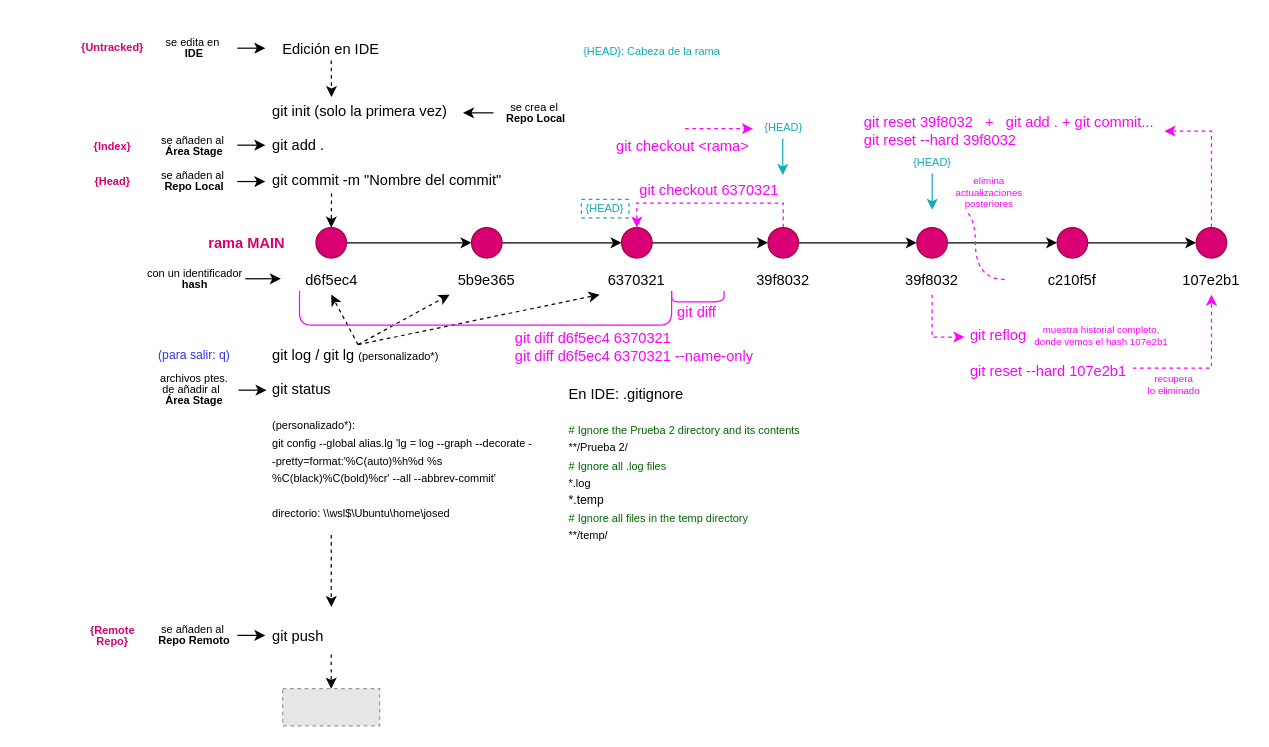
Before: Git/Git.drawio in JoseDiazRguez/FORMACION, a draw.io diagram. Source tidied: cells renumbered, new cells numbered last; positions are measured from the earlier drawing's top-left corner, leaving out a move shared by most shapes. Both pictures are drawn from the tidied source at 122%, with x=0, y=0 at pixel (78, 35). Pictures stored in the file or linked from it are replaced by grey dashed boxes.
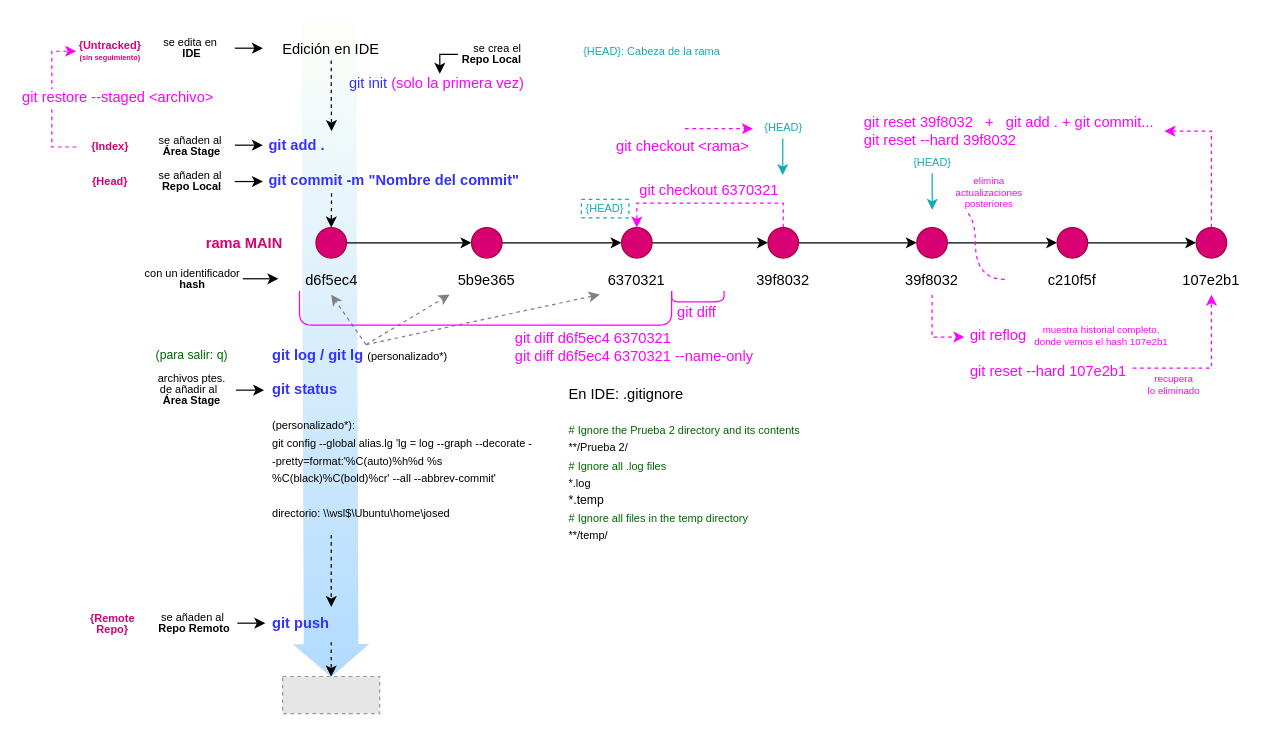
After the change.

The change refers to these unchanged cells:
```xml
<mxCell id="8" value="&lt;span&gt;d6f5ec4&lt;/span&gt;" style="rounded=0;whiteSpace=wrap;html=1;strokeColor=none;fillColor=none;fontStyle=0;" parent="1" vertex="1">
  <mxGeometry x="176.5" y="189" width="61" height="23" as="geometry" />
</mxCell>
<mxCell id="11" value="5b9e365" style="rounded=0;whiteSpace=wrap;html=1;strokeColor=none;fillColor=none;fontStyle=0;" parent="1" vertex="1">
  <mxGeometry x="304" y="189" width="61" height="23" as="geometry" />
</mxCell>
<mxCell id="15" value="6370321" style="rounded=0;whiteSpace=wrap;html=1;strokeColor=none;fillColor=none;fontStyle=0;" parent="1" vertex="1">
  <mxGeometry x="427" y="189" width="61" height="23" as="geometry" />
</mxCell>
```

Diff of the diagram source:
```diff
@@
+    <mxCell id="78" style="shape=flexArrow;endArrow=classic;html=1;rounded=0;endWidth=16.67063020214031;endSize=8.648275862068965;width=44.827586206896555;fillColor=#FDFFF8;gradientColor=#A9D7FF;strokeColor=none;strokeOpacity=100;fillOpacity=90;" parent="1" edge="1">
+      <mxGeometry relative="1" as="geometry">
+        <mxPoint x="205" y="-13" as="sourcePoint" />
+        <mxPoint x="207" y="526" as="targetPoint" />
+      </mxGeometry>
+    </mxCell>
@@
-    <mxCell id="5" value="&lt;div&gt;git init (solo la primera vez)&lt;/div&gt;&lt;div&gt;&lt;br&gt;&lt;/div&gt;&lt;div&gt;&lt;span style=&quot;background-color: transparent; color: light-dark(rgb(0, 0, 0), rgb(255, 255, 255));&quot;&gt;git add .&lt;/span&gt;&lt;/div&gt;&lt;div&gt;&lt;br&gt;&lt;/div&gt;&lt;div&gt;git commit -m &quot;Nombre del commit&quot;&lt;/div&gt;" style="rounded=0;whiteSpace=wrap;html=1;strokeColor=none;fillColor=none;align=left;" parent="1" vertex="1">
-      <mxGeometry x="157" y="50" width="201" height="79" as="geometry" />
+    <mxCell id="5" value="&lt;div&gt;&lt;span style=&quot;color: light-dark(rgb(51, 51, 255), rgb(168, 168, 255)); background-color: transparent;&quot;&gt;git add .&lt;/span&gt;&lt;/div&gt;&lt;div&gt;&lt;font style=&quot;color: rgb(51, 51, 255);&quot;&gt;&lt;br&gt;&lt;/font&gt;&lt;/div&gt;&lt;div&gt;&lt;font style=&quot;color: rgb(51, 51, 255);&quot;&gt;git commit -m &quot;Nombre del commit&quot;&lt;/font&gt;&lt;/div&gt;" style="rounded=0;whiteSpace=wrap;html=1;strokeColor=none;fillColor=none;align=left;fontStyle=1;" parent="1" vertex="1">
+      <mxGeometry x="154" y="78" width="213" height="51" as="geometry" />
     </mxCell>
@@
-    <mxCell id="12" value="git status&lt;div&gt;&lt;br&gt;&lt;div&gt;&lt;span style=&quot;font-size: 9px; background-color: transparent; color: light-dark(rgb(0, 0, 0), rgb(255, 255, 255));&quot;&gt;(personalizado*):&lt;/span&gt;&lt;/div&gt;&lt;div&gt;&lt;font style=&quot;font-size: 9px;&quot;&gt;git config --global alias.lg 'lg = log --graph --decorate --pretty=format:'%C(auto)%h%d %s %C(black)%C(bold)%cr' --all --abbrev-commit&lt;span style=&quot;background-color: transparent; color: light-dark(rgb(0, 0, 0), rgb(255, 255, 255));&quot;&gt;'&lt;/span&gt;&lt;/font&gt;&lt;/div&gt;&lt;div&gt;&lt;span style=&quot;background-color: transparent; color: light-dark(rgb(0, 0, 0), rgb(255, 255, 255));&quot;&gt;&lt;font style=&quot;font-size: 9px;&quot;&gt;&lt;br&gt;&lt;/font&gt;&lt;/span&gt;&lt;/div&gt;&lt;div&gt;&lt;font style=&quot;font-size: 9px;&quot;&gt;&lt;span style=&quot;background-color: transparent; color: light-dark(rgb(0, 0, 0), rgb(255, 255, 255));&quot;&gt;directorio:&amp;nbsp;&lt;/span&gt;&lt;span style=&quot;background-color: transparent;&quot;&gt;\\wsl$\Ubuntu\home\josed&lt;/span&gt;&lt;/font&gt;&lt;/div&gt;&lt;div&gt;&lt;br&gt;&lt;/div&gt;&lt;/div&gt;" style="rounded=0;whiteSpace=wrap;html=1;strokeColor=none;fillColor=none;align=left;verticalAlign=top;" parent="1" vertex="1">
+    <mxCell id="12" value="&lt;font style=&quot;color: rgb(51, 51, 255);&quot;&gt;&lt;b&gt;git status&lt;/b&gt;&lt;/font&gt;&lt;div&gt;&lt;br&gt;&lt;div&gt;&lt;span style=&quot;font-size: 9px; background-color: transparent; color: light-dark(rgb(0, 0, 0), rgb(255, 255, 255));&quot;&gt;(personalizado*):&lt;/span&gt;&lt;/div&gt;&lt;div&gt;&lt;font style=&quot;font-size: 9px;&quot;&gt;git config --global alias.lg 'lg = log --graph --decorate --pretty=format:'%C(auto)%h%d %s %C(black)%C(bold)%cr' --all --abbrev-commit&lt;span style=&quot;background-color: transparent; color: light-dark(rgb(0, 0, 0), rgb(255, 255, 255));&quot;&gt;'&lt;/span&gt;&lt;/font&gt;&lt;/div&gt;&lt;div&gt;&lt;span style=&quot;background-color: transparent; color: light-dark(rgb(0, 0, 0), rgb(255, 255, 255));&quot;&gt;&lt;font style=&quot;font-size: 9px;&quot;&gt;&lt;br&gt;&lt;/font&gt;&lt;/span&gt;&lt;/div&gt;&lt;div&gt;&lt;font style=&quot;font-size: 9px;&quot;&gt;&lt;span style=&quot;background-color: transparent; color: light-dark(rgb(0, 0, 0), rgb(255, 255, 255));&quot;&gt;directorio:&amp;nbsp;&lt;/span&gt;&lt;span style=&quot;background-color: transparent;&quot;&gt;\\wsl$\Ubuntu\home\josed&lt;/span&gt;&lt;/font&gt;&lt;/div&gt;&lt;div&gt;&lt;br&gt;&lt;/div&gt;&lt;/div&gt;" style="rounded=0;whiteSpace=wrap;html=1;strokeColor=none;fillColor=none;align=left;verticalAlign=top;" parent="1" vertex="1">
       <mxGeometry x="157" y="276" width="216" height="131" as="geometry" />
     </mxCell>
@@
     <mxCell id="17" style="edgeStyle=orthogonalEdgeStyle;rounded=0;jettySize=auto;html=1;exitX=1;exitY=0.5;exitDx=0;exitDy=0;" parent="1" edge="1" source="18">
       <mxGeometry relative="1" as="geometry">
-        <mxPoint x="153" y="89.7" as="targetPoint" />
+        <mxPoint x="151" y="89.7" as="targetPoint" />
       </mxGeometry>
     </mxCell>
     <mxCell id="18" value="&lt;div style=&quot;line-height: 100%;&quot;&gt;se añaden al&amp;nbsp;&lt;/div&gt;&lt;div style=&quot;line-height: 100%;&quot;&gt;&lt;b&gt;Área Stage&lt;/b&gt;&lt;/div&gt;" style="rounded=0;whiteSpace=wrap;html=1;strokeColor=none;fillColor=none;fontSize=9;" parent="1" vertex="1">
-      <mxGeometry x="60" y="79.5" width="70" height="20" as="geometry" />
+      <mxGeometry x="58" y="79.5" width="70" height="20" as="geometry" />
     </mxCell>
     <mxCell id="19" value="&lt;div style=&quot;line-height: 100%;&quot;&gt;se añaden al&amp;nbsp;&lt;/div&gt;&lt;div style=&quot;line-height: 100%;&quot;&gt;&lt;b&gt;Repo Local&lt;/b&gt;&lt;/div&gt;" style="rounded=0;whiteSpace=wrap;html=1;strokeColor=none;fillColor=none;fontSize=9;" parent="1" vertex="1">
-      <mxGeometry x="60" y="109" width="70" height="20" as="geometry" />
+      <mxGeometry x="58" y="109" width="70" height="20" as="geometry" />
     </mxCell>
     <mxCell id="20" style="edgeStyle=orthogonalEdgeStyle;rounded=0;jettySize=auto;html=1;exitX=1;exitY=0.5;exitDx=0;exitDy=0;" parent="1" edge="1" source="21">
       <mxGeometry relative="1" as="geometry">
-        <mxPoint x="165.7" y="198.8" as="targetPoint" />
+        <mxPoint x="163.7" y="198.8" as="targetPoint" />
       </mxGeometry>
     </mxCell>
     <mxCell id="21" value="&lt;div style=&quot;line-height: 100%;&quot;&gt;con un identificador&lt;/div&gt;&lt;div style=&quot;line-height: 100%;&quot;&gt;&lt;b&gt;hash&lt;/b&gt;&lt;/div&gt;" style="rounded=0;whiteSpace=wrap;html=1;strokeColor=none;fillColor=none;fontSize=9;" parent="1" vertex="1">
-      <mxGeometry x="53.5" y="189" width="83" height="20" as="geometry" />
+      <mxGeometry x="51.5" y="189" width="83" height="20" as="geometry" />
     </mxCell>
     <mxCell id="22" style="edgeStyle=orthogonalEdgeStyle;rounded=0;orthogonalLoop=1;jettySize=auto;html=1;exitX=1;exitY=0.5;exitDx=0;exitDy=0;" parent="1" edge="1">
       <mxGeometry relative="1" as="geometry">
-        <mxPoint x="130" y="119.3" as="sourcePoint" />
-        <mxPoint x="153" y="119" as="targetPoint" />
+        <mxPoint x="128" y="119.3" as="sourcePoint" />
+        <mxPoint x="151" y="119" as="targetPoint" />
       </mxGeometry>
     </mxCell>
-    <mxCell id="23" style="edgeStyle=orthogonalEdgeStyle;rounded=0;jettySize=auto;html=1;exitX=0;exitY=0.5;exitDx=0;exitDy=0;" parent="1" edge="1" source="24">
-      <mxGeometry relative="1" as="geometry">
-        <mxPoint x="315" y="63" as="targetPoint" />
-      </mxGeometry>
+    <mxCell id="23" style="edgeStyle=orthogonalEdgeStyle;rounded=0;jettySize=auto;html=1;exitX=0;exitY=0.5;exitDx=0;exitDy=0;entryX=0.5;entryY=0;entryDx=0;entryDy=0;" parent="1" edge="1" source="24" target="80">
+      <mxGeometry relative="1" as="geometry" />
     </mxCell>
-    <mxCell id="24" value="&lt;div style=&quot;line-height: 100%;&quot;&gt;se crea el&amp;nbsp;&lt;/div&gt;&lt;div style=&quot;line-height: 100%;&quot;&gt;&lt;b&gt;Repo Local&lt;/b&gt;&lt;/div&gt;" style="rounded=0;whiteSpace=wrap;html=1;strokeColor=none;fillColor=none;fontSize=9;" parent="1" vertex="1">
-      <mxGeometry x="340" y="53" width="70" height="20" as="geometry" />
+    <mxCell id="24" value="&lt;div style=&quot;line-height: 100%;&quot;&gt;se crea el&lt;/div&gt;&lt;div style=&quot;line-height: 100%;&quot;&gt;&lt;b&gt;Repo Local&lt;/b&gt;&lt;/div&gt;" style="rounded=0;whiteSpace=wrap;html=1;strokeColor=none;fillColor=none;fontSize=9;align=right;" parent="1" vertex="1">
+      <mxGeometry x="311" y="5" width="54" height="20" as="geometry" />
     </mxCell>
     <mxCell id="25" value="&lt;div style=&quot;line-height: 100%;&quot;&gt;archivos ptes. de añadir al&amp;nbsp;&amp;nbsp;&lt;/div&gt;&lt;div style=&quot;line-height: 100%;&quot;&gt;&lt;b&gt;Área Stage&lt;/b&gt;&lt;/div&gt;" style="rounded=0;whiteSpace=wrap;html=1;strokeColor=none;fillColor=none;fontSize=9;" parent="1" vertex="1">
-      <mxGeometry x="60" y="280" width="70" height="20" as="geometry" />
+      <mxGeometry x="58" y="280" width="70" height="20" as="geometry" />
     </mxCell>
     <mxCell id="26" style="edgeStyle=orthogonalEdgeStyle;rounded=0;orthogonalLoop=1;jettySize=auto;html=1;exitX=1;exitY=0.5;exitDx=0;exitDy=0;" parent="1" edge="1">
       <mxGeometry relative="1" as="geometry">
-        <mxPoint x="131" y="290.3" as="sourcePoint" />
-        <mxPoint x="154" y="290" as="targetPoint" />
+        <mxPoint x="129" y="290.3" as="sourcePoint" />
+        <mxPoint x="152" y="290" as="targetPoint" />
       </mxGeometry>
     </mxCell>
-    <mxCell id="27" style="rounded=0;jettySize=auto;html=1;exitX=0.5;exitY=0;exitDx=0;exitDy=0;entryX=0.5;entryY=1;entryDx=0;entryDy=0;dashed=1;" parent="1" edge="1" source="30" target="8">
+    <mxCell id="27" style="rounded=0;jettySize=auto;html=1;exitX=0.5;exitY=0;exitDx=0;exitDy=0;entryX=0.5;entryY=1;entryDx=0;entryDy=0;dashed=1;strokeColor=#808080;" parent="1" edge="1" source="30" target="8">
       <mxGeometry relative="1" as="geometry" />
     </mxCell>
-    <mxCell id="28" style="rounded=0;jettySize=auto;html=1;exitX=0.5;exitY=0;exitDx=0;exitDy=0;entryX=0;entryY=1;entryDx=0;entryDy=0;dashed=1;" parent="1" edge="1" source="30" target="11">
+    <mxCell id="28" style="rounded=0;jettySize=auto;html=1;exitX=0.5;exitY=0;exitDx=0;exitDy=0;entryX=0;entryY=1;entryDx=0;entryDy=0;dashed=1;strokeColor=#808080;" parent="1" edge="1" source="30" target="11">
       <mxGeometry relative="1" as="geometry" />
     </mxCell>
-    <mxCell id="29" style="rounded=0;jettySize=auto;html=1;exitX=0.5;exitY=0;exitDx=0;exitDy=0;entryX=0;entryY=1;entryDx=0;entryDy=0;dashed=1;" parent="1" edge="1" source="30" target="15">
+    <mxCell id="29" style="rounded=0;jettySize=auto;html=1;exitX=0.5;exitY=0;exitDx=0;exitDy=0;entryX=0;entryY=1;entryDx=0;entryDy=0;dashed=1;strokeColor=#808080;" parent="1" edge="1" source="30" target="15">
       <mxGeometry relative="1" as="geometry" />
     </mxCell>
-    <mxCell id="30" value="&lt;div style=&quot;text-align: left;&quot;&gt;git log / git lg&amp;nbsp;&lt;font style=&quot;font-size: 9px;&quot;&gt;(personalizado*)&lt;/font&gt;&lt;/div&gt;" style="whiteSpace=wrap;html=1;fillColor=none;strokeColor=none;rounded=0;align=left;verticalAlign=middle;fontFamily=Helvetica;fontSize=12;fontColor=default;" parent="1" vertex="1">
-      <mxGeometry x="157" y="253" width="144" height="17" as="geometry" />
+    <mxCell id="30" value="&lt;div style=&quot;text-align: left;&quot;&gt;&lt;font style=&quot;color: rgb(51, 51, 255);&quot;&gt;&lt;b&gt;git log / git lg&lt;/b&gt;&lt;/font&gt;&amp;nbsp;&lt;font style=&quot;font-size: 9px;&quot;&gt;(personalizado*)&lt;/font&gt;&lt;/div&gt;" style="whiteSpace=wrap;html=1;fillColor=none;strokeColor=none;rounded=0;align=left;verticalAlign=middle;fontFamily=Helvetica;fontSize=12;fontColor=default;" parent="1" vertex="1">
+      <mxGeometry x="157" y="253" width="157" height="17" as="geometry" />
     </mxCell>
-    <mxCell id="31" value="&lt;div style=&quot;&quot;&gt;&lt;span style=&quot;background-color: transparent;&quot;&gt;(para salir: q)&lt;/span&gt;&lt;/div&gt;" style="whiteSpace=wrap;html=1;fillColor=none;strokeColor=none;rounded=0;align=center;verticalAlign=middle;fontFamily=Helvetica;fontSize=10;fontColor=#3333FF;" parent="1" vertex="1">
-      <mxGeometry x="57" y="253" width="76" height="16" as="geometry" />
+    <mxCell id="31" value="&lt;div style=&quot;&quot;&gt;&lt;span style=&quot;background-color: transparent;&quot;&gt;(para salir: q)&lt;/span&gt;&lt;/div&gt;" style="whiteSpace=wrap;html=1;fillColor=none;strokeColor=none;rounded=0;align=center;verticalAlign=middle;fontFamily=Helvetica;fontSize=10;fontColor=#006600;" parent="1" vertex="1">
+      <mxGeometry x="55" y="253" width="76" height="16" as="geometry" />
     </mxCell>
@@
     <mxCell id="34" value="&lt;div style=&quot;line-height: 100%;&quot;&gt;se añaden al&amp;nbsp;&lt;/div&gt;&lt;div style=&quot;line-height: 100%;&quot;&gt;&lt;b&gt;Repo Remoto&lt;/b&gt;&lt;/div&gt;" style="rounded=0;whiteSpace=wrap;html=1;strokeColor=none;fillColor=none;fontSize=9;" parent="1" vertex="1">
-      <mxGeometry x="60" y="481" width="70" height="20" as="geometry" />
+      <mxGeometry x="60" y="471" width="70" height="20" as="geometry" />
     </mxCell>
     <mxCell id="35" style="edgeStyle=orthogonalEdgeStyle;rounded=0;orthogonalLoop=1;jettySize=auto;html=1;exitX=1;exitY=0.5;exitDx=0;exitDy=0;" parent="1" edge="1">
       <mxGeometry relative="1" as="geometry">
-        <mxPoint x="130" y="491.3" as="sourcePoint" />
-        <mxPoint x="153" y="491" as="targetPoint" />
+        <mxPoint x="130" y="481.3" as="sourcePoint" />
+        <mxPoint x="153" y="481" as="targetPoint" />
       </mxGeometry>
     </mxCell>
-    <mxCell id="36" value="git push" style="whiteSpace=wrap;html=1;fillColor=none;strokeColor=none;rounded=0;align=left;verticalAlign=middle;fontFamily=Helvetica;fontSize=12;fontColor=default;" parent="1" vertex="1">
-      <mxGeometry x="157" y="483" width="144" height="17" as="geometry" />
+    <mxCell id="36" value="git push" style="whiteSpace=wrap;html=1;fillColor=none;strokeColor=none;rounded=0;align=left;verticalAlign=middle;fontFamily=Helvetica;fontSize=12;fontColor=#3333FF;fontStyle=1;" parent="1" vertex="1">
+      <mxGeometry x="157" y="473" width="144" height="17" as="geometry" />
     </mxCell>
@@
     <mxCell id="38" style="edgeStyle=orthogonalEdgeStyle;rounded=0;jettySize=auto;html=1;exitX=0.25;exitY=1;exitDx=0;exitDy=0;entryX=0.5;entryY=0;entryDx=0;entryDy=0;curved=1;dashed=1;" parent="1" edge="1" target="39">
       <mxGeometry relative="1" as="geometry">
-        <mxPoint x="207" y="507" as="sourcePoint" />
+        <mxPoint x="207" y="497" as="sourcePoint" />
       </mxGeometry>
     </mxCell>
     <mxCell id="39" style="fillColor=#E6E6E6;strokeColor=#999999;dashed=1;verticalLabelPosition=bottom;labelBackgroundColor=default;verticalAlign=top;" parent="1" vertex="1">
-      <mxGeometry x="167.2" y="535" width="79.5" height="30.4" as="geometry" />
+      <mxGeometry x="167.2" y="525" width="79.5" height="30.4" as="geometry" />
     </mxCell>
     <mxCell id="40" value="rama MAIN" style="rounded=0;whiteSpace=wrap;html=1;strokeColor=none;fillColor=none;fontSize=12;fontStyle=1;fontColor=#D80073;" parent="1" vertex="1">
-      <mxGeometry x="103" y="159.5" width="70" height="20" as="geometry" />
+      <mxGeometry x="101" y="159.5" width="70" height="20" as="geometry" />
     </mxCell>
@@
     <mxCell id="42" style="edgeStyle=orthogonalEdgeStyle;rounded=0;jettySize=auto;html=1;exitX=1;exitY=0.5;exitDx=0;exitDy=0;" parent="1" edge="1" source="43">
       <mxGeometry relative="1" as="geometry">
-        <mxPoint x="153" y="10.2" as="targetPoint" />
+        <mxPoint x="151" y="10.2" as="targetPoint" />
       </mxGeometry>
     </mxCell>
     <mxCell id="43" value="&lt;div style=&quot;line-height: 100%;&quot;&gt;se edita en&amp;nbsp;&lt;/div&gt;&lt;div style=&quot;line-height: 100%;&quot;&gt;&lt;b&gt;IDE&lt;/b&gt;&lt;/div&gt;" style="rounded=0;whiteSpace=wrap;html=1;strokeColor=none;fillColor=none;fontSize=9;" parent="1" vertex="1">
-      <mxGeometry x="60" width="70" height="20" as="geometry" />
+      <mxGeometry x="58" width="70" height="20" as="geometry" />
     </mxCell>
-    <mxCell id="44" value="&lt;div style=&quot;line-height: 100%;&quot;&gt;{Untracked}&lt;/div&gt;" style="rounded=0;whiteSpace=wrap;html=1;strokeColor=none;fillColor=none;fontSize=9;align=center;fontStyle=1;fontColor=#D80073;" parent="1" vertex="1">
-      <mxGeometry width="56" height="20" as="geometry" />
+    <mxCell id="44" value="&lt;div style=&quot;line-height: 100%;&quot;&gt;{Untracked}&lt;/div&gt;&lt;div style=&quot;line-height: 100%;&quot;&gt;&lt;font style=&quot;font-size: 6px;&quot;&gt;(sin seguimiento)&lt;/font&gt;&lt;/div&gt;" style="rounded=0;whiteSpace=wrap;html=1;strokeColor=none;fillColor=none;fontSize=9;align=center;fontStyle=1;fontColor=#D80073;" parent="1" vertex="1">
+      <mxGeometry x="-2" y="2.5" width="56" height="20" as="geometry" />
     </mxCell>
+    <mxCell id="79" value="&lt;font style=&quot;color: rgb(255, 0, 255);&quot;&gt;git restore --staged &amp;lt;archivo&amp;gt;&lt;/font&gt;" style="edgeStyle=orthogonalEdgeStyle;rounded=0;jettySize=auto;html=1;exitX=0;exitY=0.5;exitDx=0;exitDy=0;entryX=0;entryY=0.5;entryDx=0;entryDy=0;dashed=1;strokeColor=#FF00FF;fontSize=12;" parent="1" edge="1" source="45" target="44">
+      <mxGeometry x="1" y="-50" relative="1" as="geometry">
+        <mxPoint x="33" y="-12" as="offset" />
+      </mxGeometry>
+    </mxCell>
     <mxCell id="45" value="&lt;div style=&quot;line-height: 100%;&quot;&gt;{Index}&lt;/div&gt;" style="rounded=0;whiteSpace=wrap;html=1;strokeColor=none;fillColor=none;fontSize=9;align=center;fontStyle=1;fontColor=#D80073;" parent="1" vertex="1">
-      <mxGeometry y="81" width="56" height="20" as="geometry" />
+      <mxGeometry x="-2" y="81" width="56" height="20" as="geometry" />
     </mxCell>
     <mxCell id="46" value="&lt;div style=&quot;line-height: 100%;&quot;&gt;{Head}&lt;/div&gt;" style="rounded=0;whiteSpace=wrap;html=1;strokeColor=none;fillColor=none;fontSize=9;align=center;fontStyle=1;fontColor=#D80073;" parent="1" vertex="1">
-      <mxGeometry y="110" width="56" height="20" as="geometry" />
+      <mxGeometry x="-2" y="110" width="56" height="20" as="geometry" />
     </mxCell>
     <mxCell id="47" value="&lt;div style=&quot;line-height: 100%;&quot;&gt;{Remote Repo}&lt;/div&gt;" style="rounded=0;whiteSpace=wrap;html=1;strokeColor=none;fillColor=none;fontSize=9;align=center;fontStyle=1;fontColor=#D80073;" parent="1" vertex="1">
-      <mxGeometry y="481.5" width="56" height="20" as="geometry" />
+      <mxGeometry y="471.5" width="56" height="20" as="geometry" />
     </mxCell>
@@
+    <mxCell id="80" value="&lt;div&gt;&lt;font style=&quot;color: rgb(51, 51, 255);&quot;&gt;git init&lt;/font&gt; (solo la primera vez)&lt;/div&gt;" style="whiteSpace=wrap;html=1;fillColor=none;strokeColor=none;rounded=0;align=left;verticalAlign=middle;fontFamily=Helvetica;fontSize=12;fontColor=#FF00FF;" parent="1" vertex="1">
+      <mxGeometry x="219.5" y="31" width="153" height="15" as="geometry" />
+    </mxCell>
```
